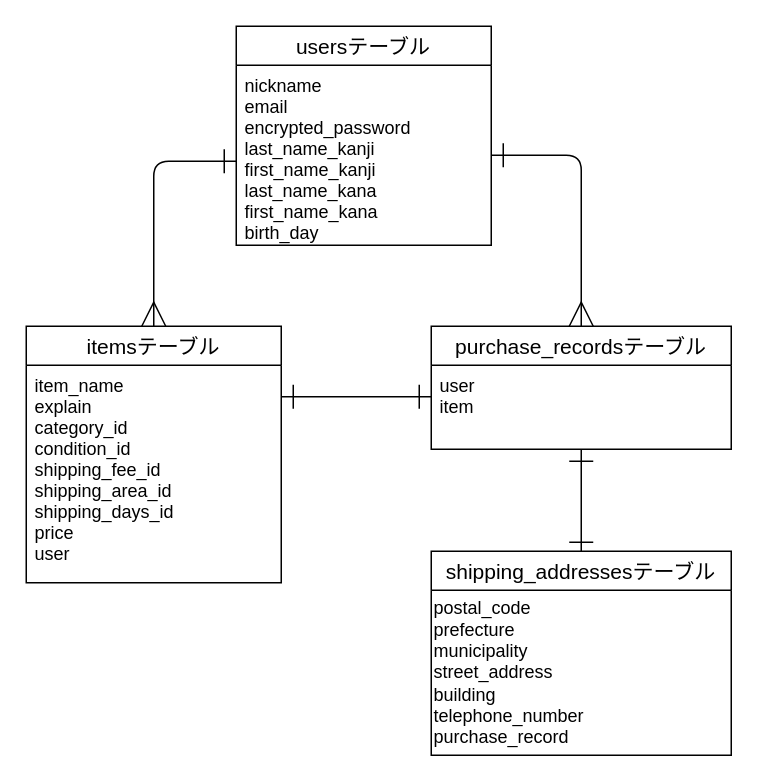
The draw.io diagram er.dio in Shinji-ux/furima-41418, before the edit. Source tidied: cells renumbered, new cells numbered last; positions are measured from the earlier drawing's top-left corner, leaving out a move shared by most shapes. Both pictures are drawn from the tidied source at 150%, with x=0, y=0 at pixel (26, 26).
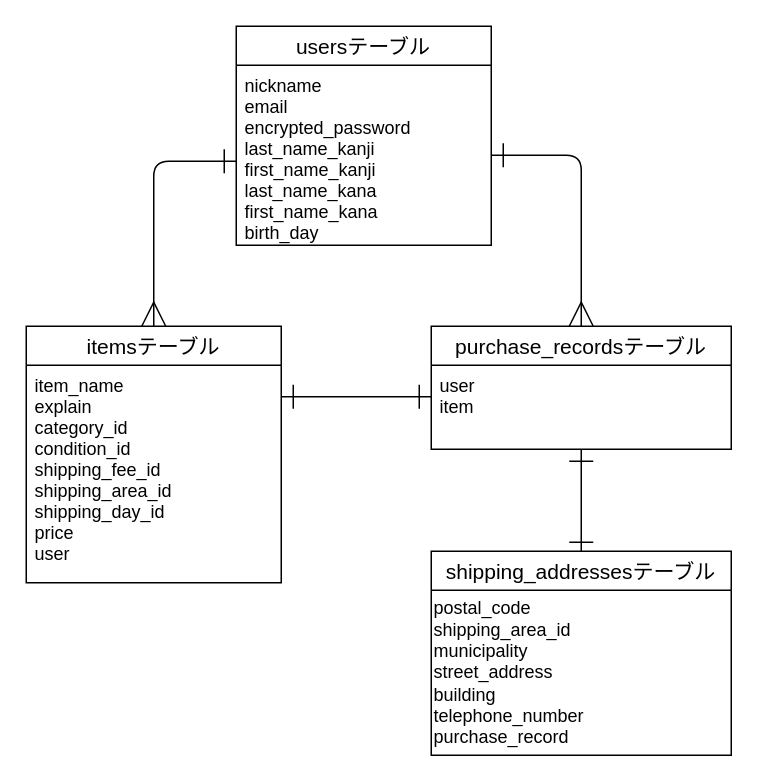
Above is the later version.

Diff of the diagram source:
```diff
@@
 <mxGraphModel>
   <root>
     <mxCell id="0" />
     <mxCell id="1" parent="0" />
     <mxCell id="2" value="usersテーブル" style="swimlane;fontStyle=0;horizontal=1;startSize=26;align=center;fontSize=14;" parent="1" vertex="1">
       <mxGeometry x="140" width="170" height="146" as="geometry" />
     </mxCell>
     <mxCell id="3" value="nickname&#10;email&#10;encrypted_password&#10;last_name_kanji&#10;first_name_kanji&#10;last_name_kana&#10;first_name_kana&#10;birth_day" style="text;strokeColor=none;fillColor=none;spacingLeft=4;spacingRight=4;overflow=hidden;points=[[0,0.5],[1,0.5]];portConstraint=eastwest;fontSize=12;" parent="2" vertex="1">
       <mxGeometry y="26" width="170" height="120" as="geometry" />
     </mxCell>
     <mxCell id="4" style="edgeStyle=none;html=1;exitX=0.5;exitY=0;exitDx=0;exitDy=0;startArrow=ERmany;startFill=0;endArrow=ERone;endFill=0;startSize=14;endSize=14;targetPerimeterSpacing=0;" parent="1" edge="1" source="5">
       <mxGeometry relative="1" as="geometry">
         <mxPoint x="140" y="90" as="targetPoint" />
         <Array as="points">
           <mxPoint x="85" y="90" />
         </Array>
       </mxGeometry>
     </mxCell>
     <mxCell id="5" value="itemsテーブル" style="swimlane;fontStyle=0;horizontal=1;startSize=26;align=center;fontSize=14;" parent="1" vertex="1">
       <mxGeometry y="200" width="170" height="171" as="geometry" />
     </mxCell>
-    <mxCell id="6" value="item_name&#10;explain&#10;category_id&#10;condition_id&#10;shipping_fee_id&#10;shipping_area_id&#10;shipping_days_id&#10;price&#10;user" style="text;strokeColor=none;fillColor=none;spacingLeft=4;spacingRight=4;overflow=hidden;fontSize=12;" parent="5" vertex="1">
+    <mxCell id="6" value="item_name&#10;explain&#10;category_id&#10;condition_id&#10;shipping_fee_id&#10;shipping_area_id&#10;shipping_day_id&#10;price&#10;user" style="text;strokeColor=none;fillColor=none;spacingLeft=4;spacingRight=4;overflow=hidden;fontSize=12;" parent="5" vertex="1">
       <mxGeometry y="26" width="170" height="145" as="geometry" />
     </mxCell>
     <mxCell id="7" style="edgeStyle=none;html=1;exitX=0.5;exitY=0;exitDx=0;exitDy=0;entryX=1;entryY=0.5;entryDx=0;entryDy=0;startArrow=ERmany;startFill=0;endArrow=ERone;endFill=0;startSize=14;endSize=14;targetPerimeterSpacing=0;" parent="1" edge="1" source="8" target="3">
       <mxGeometry relative="1" as="geometry">
         <Array as="points">
           <mxPoint x="370" y="86" />
         </Array>
       </mxGeometry>
     </mxCell>
     <mxCell id="8" value="purchase_recordsテーブル" style="swimlane;fontStyle=0;horizontal=1;startSize=26;align=center;fontSize=14;" parent="1" vertex="1">
       <mxGeometry x="270" y="200" width="200" height="82" as="geometry" />
     </mxCell>
     <mxCell id="9" value="user&#10;item" style="text;strokeColor=none;fillColor=none;spacingLeft=4;spacingRight=4;overflow=hidden;points=[[0,0.5],[1,0.5]];portConstraint=eastwest;fontSize=12;" parent="8" vertex="1">
       <mxGeometry y="26" width="200" height="56" as="geometry" />
     </mxCell>
     <mxCell id="10" style="edgeStyle=none;html=1;exitX=0.5;exitY=0;exitDx=0;exitDy=0;startArrow=ERone;startFill=0;endArrow=ERone;endFill=0;startSize=14;endSize=14;targetPerimeterSpacing=0;" parent="1" edge="1">
       <mxGeometry relative="1" as="geometry">
         <mxPoint x="370" y="352" as="sourcePoint" />
         <mxPoint x="370" y="282" as="targetPoint" />
       </mxGeometry>
     </mxCell>
     <mxCell id="11" value="shipping_addressesテーブル" style="swimlane;fontStyle=0;horizontal=1;startSize=26;align=center;fontSize=14;" parent="1" vertex="1">
       <mxGeometry x="270" y="350" width="200" height="136" as="geometry" />
     </mxCell>
-    <mxCell id="12" value="postal_code&lt;br&gt;prefecture&lt;br&gt;municipality&lt;br&gt;street_address&lt;br&gt;building&lt;br&gt;telephone_number&lt;br&gt;purchase_record" style="text;html=1;align=left;verticalAlign=middle;strokeColor=none;fillColor=none;" parent="11" vertex="1">
+    <mxCell id="12" value="postal_code&lt;br&gt;shipping_area_id&lt;br&gt;municipality&lt;br&gt;street_address&lt;br&gt;building&lt;br&gt;telephone_number&lt;br&gt;purchase_record" style="text;html=1;align=left;verticalAlign=middle;strokeColor=none;fillColor=none;" parent="11" vertex="1">
       <mxGeometry y="26" width="200" height="110" as="geometry" />
     </mxCell>
     <mxCell id="13" style="edgeStyle=none;html=1;entryX=0;entryY=0.375;entryDx=0;entryDy=0;entryPerimeter=0;startArrow=ERone;startFill=0;endArrow=ERone;endFill=0;startSize=14;endSize=14;targetPerimeterSpacing=0;" parent="1" edge="1" target="9">
       <mxGeometry relative="1" as="geometry">
         <mxPoint x="170" y="247" as="sourcePoint" />
       </mxGeometry>
     </mxCell>
   </root>
 </mxGraphModel>
```
